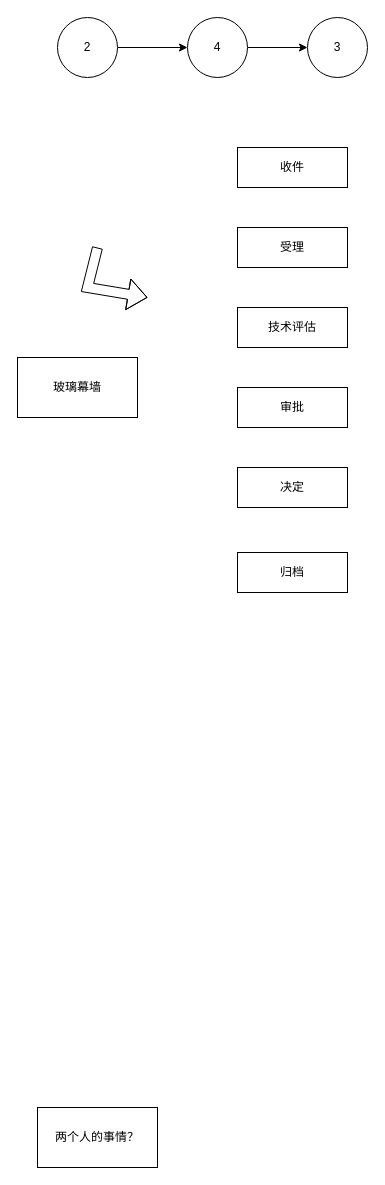
w1041660542/draw.io keeps this draw.io diagram as test.drawio. Above is the earlier version. Source tidied: cells renumbered, new cells numbered last; positions are measured from the earlier drawing's top-left corner, leaving out a move shared by most shapes. Both pictures are drawn from the tidied source at 100%, with x=0, y=0 at pixel (17, 17).
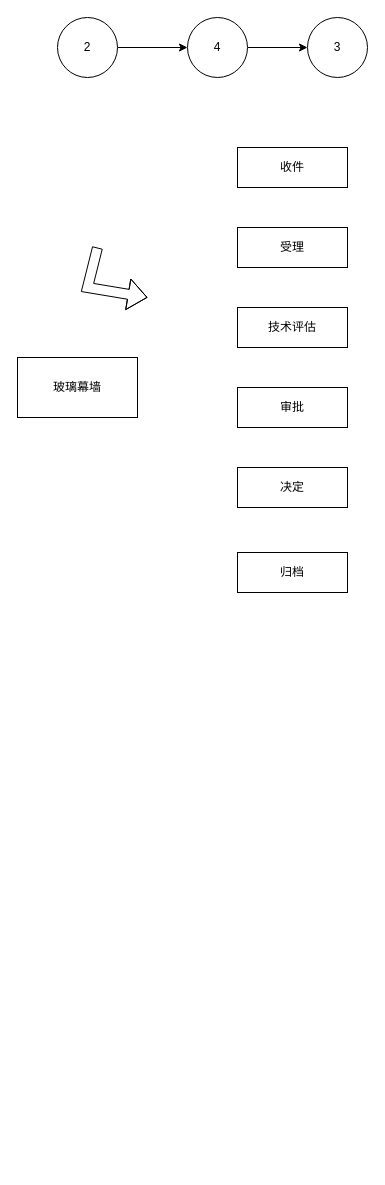
The same page after the edit.

Diff of the diagram source:
```diff
@@
 <mxGraphModel>
   <root>
     <mxCell id="0" />
     <mxCell id="1" parent="0" />
     <mxCell id="2" style="edgeStyle=orthogonalEdgeStyle;rounded=0;jettySize=auto;html=1;" parent="1" edge="1" source="3" target="5">
       <mxGeometry relative="1" as="geometry" />
     </mxCell>
     <mxCell id="3" value="2" style="ellipse;whiteSpace=wrap;html=1;" parent="1" vertex="1">
       <mxGeometry x="40" width="60" height="60" as="geometry" />
     </mxCell>
     <mxCell id="4" style="edgeStyle=orthogonalEdgeStyle;rounded=0;jettySize=auto;html=1;entryX=0;entryY=0.5;entryDx=0;entryDy=0;" parent="1" edge="1" source="5" target="6">
       <mxGeometry relative="1" as="geometry" />
     </mxCell>
     <mxCell id="5" value="4" style="ellipse;whiteSpace=wrap;html=1;" parent="1" vertex="1">
       <mxGeometry x="170" width="60" height="60" as="geometry" />
     </mxCell>
     <mxCell id="6" value="3" style="ellipse;whiteSpace=wrap;html=1;" parent="1" vertex="1">
       <mxGeometry x="290" width="60" height="60" as="geometry" />
     </mxCell>
     <mxCell id="7" value="玻璃幕墙" style="rounded=0;whiteSpace=wrap;html=1;" parent="1" vertex="1">
       <mxGeometry y="340" width="120" height="60" as="geometry" />
     </mxCell>
     <mxCell id="8" value="收件" style="rounded=0;whiteSpace=wrap;html=1;" parent="1" vertex="1">
       <mxGeometry x="220" y="130" width="110" height="40" as="geometry" />
     </mxCell>
     <mxCell id="9" value="受理" style="rounded=0;whiteSpace=wrap;html=1;" parent="1" vertex="1">
       <mxGeometry x="220" y="210" width="110" height="40" as="geometry" />
     </mxCell>
     <mxCell id="10" value="技术评估" style="rounded=0;whiteSpace=wrap;html=1;" parent="1" vertex="1">
       <mxGeometry x="220" y="290" width="110" height="40" as="geometry" />
     </mxCell>
     <mxCell id="11" value="审批" style="rounded=0;whiteSpace=wrap;html=1;" parent="1" vertex="1">
       <mxGeometry x="220" y="370" width="110" height="40" as="geometry" />
     </mxCell>
     <mxCell id="12" value="决定" style="rounded=0;whiteSpace=wrap;html=1;" parent="1" vertex="1">
       <mxGeometry x="220" y="450" width="110" height="40" as="geometry" />
     </mxCell>
     <mxCell id="13" value="归档" style="rounded=0;whiteSpace=wrap;html=1;" parent="1" vertex="1">
       <mxGeometry x="220" y="535" width="110" height="40" as="geometry" />
     </mxCell>
     <mxCell id="14" style="shape=flexArrow;endArrow=classic;html=1;rounded=0;" parent="1" edge="1">
       <mxGeometry relative="1" as="geometry">
         <mxPoint x="80" y="230" as="sourcePoint" />
         <mxPoint x="130" y="280" as="targetPoint" />
         <Array as="points">
           <mxPoint x="70" y="270" />
         </Array>
       </mxGeometry>
     </mxCell>
-    <mxCell id="15" value="两个人的事情？&lt;br&gt;" style="rounded=0;whiteSpace=wrap;html=1;" parent="1" vertex="1">
-      <mxGeometry x="20" y="1090" width="120" height="60" as="geometry" />
-    </mxCell>
   </root>
 </mxGraphModel>
```
